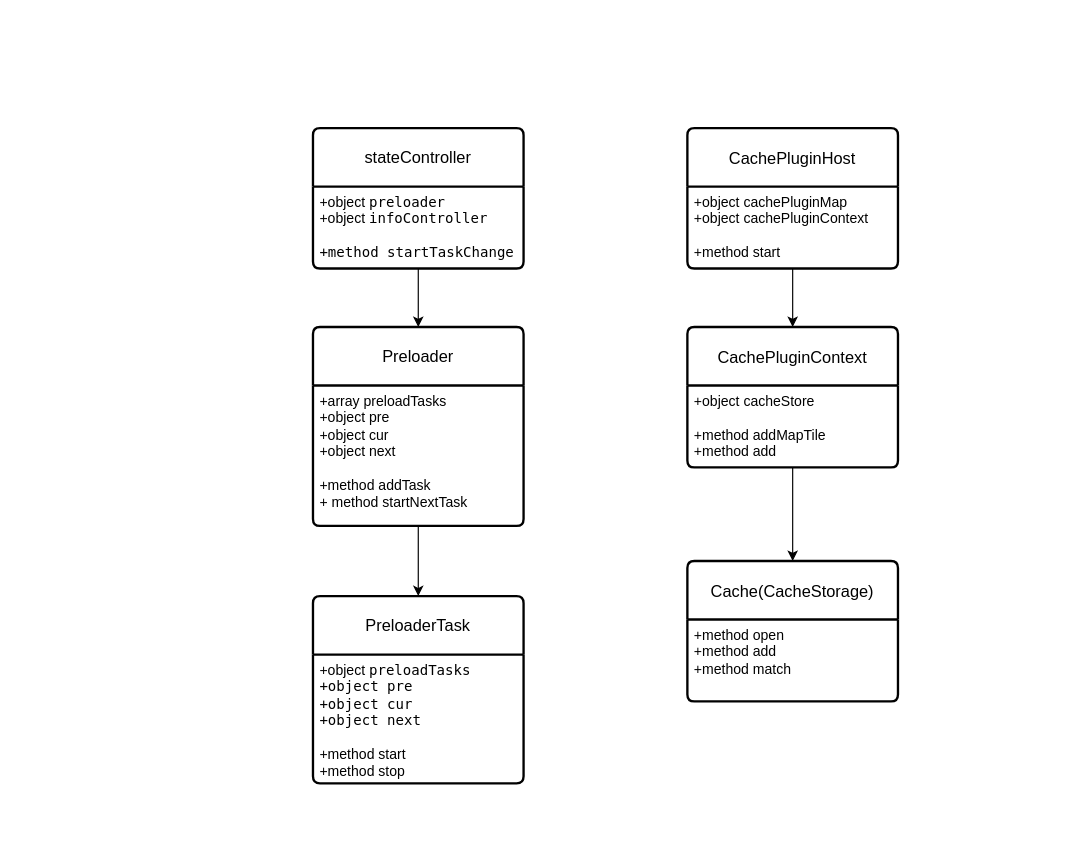
Above: 预加载梳理.drawio in chaijinsong/draw.io (draw.io), before the change. Source tidied: cells renumbered, new cells numbered last; positions are measured from the earlier drawing's top-left corner, leaving out a move shared by most shapes. Both pictures are drawn from the tidied source at 117%, with x=0, y=0 at pixel (312, 128).
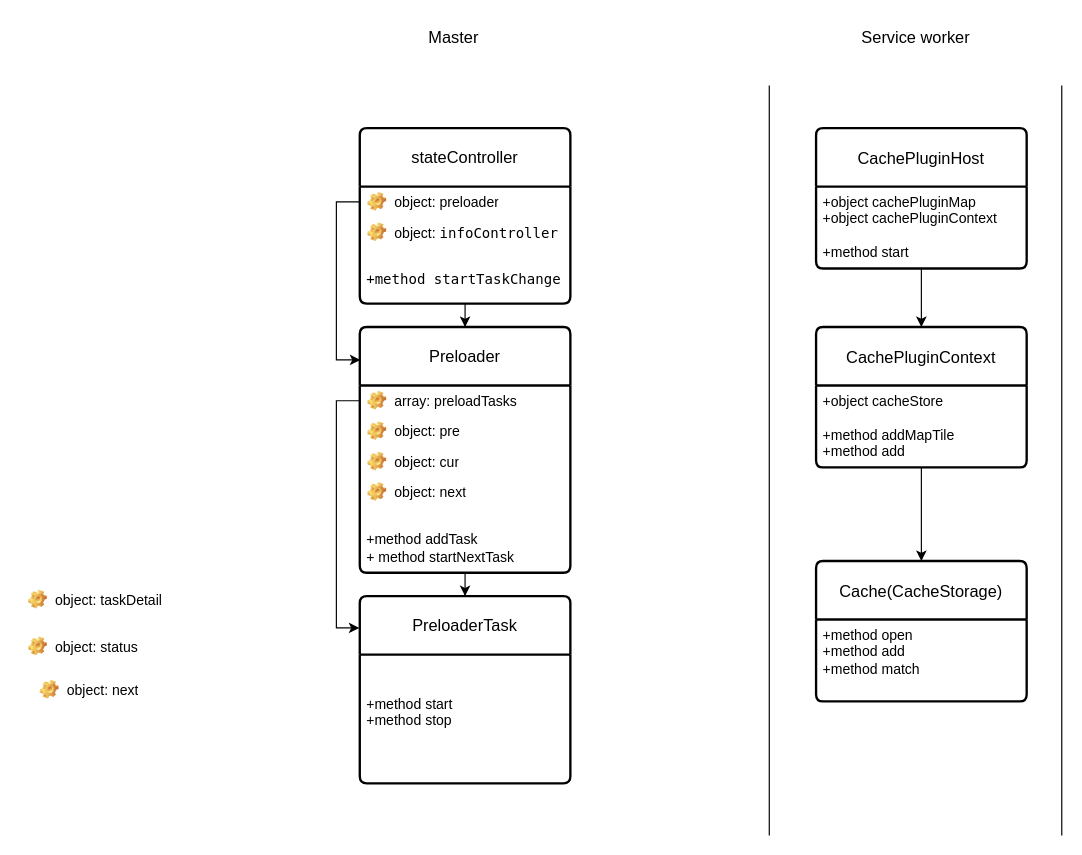
After the change.

Commit message (it also covers changes not shown here):
更新预加载梳理.drawio

What changed in the source:
```diff
@@
+    <mxCell id="18" style="shape=partialRectangle;whiteSpace=wrap;html=1;top=0;bottom=0;fillColor=none;" parent="1" vertex="1">
+      <mxGeometry x="390" y="-36" width="250" height="640" as="geometry" />
+    </mxCell>
@@
     <mxCell id="3" value="stateController" style="swimlane;horizontal=1;startSize=50;rounded=1;fontSize=14;fontStyle=0;strokeWidth=2;shadow=0;dashed=0;align=center;arcSize=4;whiteSpace=wrap;html=1;" parent="1" vertex="1">
-      <mxGeometry width="180" height="120" as="geometry" />
+      <mxGeometry x="40" width="180" height="150" as="geometry" />
     </mxCell>
+    <mxCell id="19" value="object: preloader" style="label;fontStyle=0;strokeColor=none;fillColor=none;align=left;verticalAlign=top;overflow=hidden;spacingLeft=28;spacingRight=4;points=[[0,0.5],[1,0.5]];portConstraint=eastwest;imageWidth=16;imageHeight=16;whiteSpace=wrap;html=1;image=img/clipart/Gear_128x128.png;" parent="3" vertex="1">
+      <mxGeometry y="50" width="180" height="26" as="geometry" />
+    </mxCell>
+    <mxCell id="20" value="object:&amp;nbsp;&lt;span style=&quot;font-family: &amp;quot;JetBrains Mono&amp;quot;, Menlo, Monaco, &amp;quot;Courier New&amp;quot;, monospace, Menlo, Monaco, &amp;quot;Courier New&amp;quot;, monospace; white-space: pre;&quot;&gt;infoController&lt;/span&gt;" style="label;fontStyle=0;strokeColor=none;fillColor=none;align=left;verticalAlign=top;overflow=hidden;spacingLeft=28;spacingRight=4;imageWidth=16;imageHeight=16;whiteSpace=wrap;html=1;image=img/clipart/Gear_128x128.png;" parent="3" vertex="1">
+      <mxGeometry y="76" width="180" height="26" as="geometry" />
+    </mxCell>
-    <mxCell id="4" value="+object&amp;nbsp;&lt;font face=&quot;JetBrains Mono, Menlo, Monaco, Courier New, monospace, Menlo, Monaco, Courier New, monospace&quot;&gt;&lt;span style=&quot;white-space-collapse: preserve;&quot;&gt;preloader&lt;/span&gt;&lt;/font&gt;&lt;br&gt;+object&amp;nbsp;&lt;span style=&quot;font-family: &amp;quot;JetBrains Mono&amp;quot;, Menlo, Monaco, &amp;quot;Courier New&amp;quot;, monospace, Menlo, Monaco, &amp;quot;Courier New&amp;quot;, monospace; white-space-collapse: preserve;&quot;&gt;infoController&lt;/span&gt;&lt;div&gt;&lt;span style=&quot;font-family: &amp;quot;JetBrains Mono&amp;quot;, Menlo, Monaco, &amp;quot;Courier New&amp;quot;, monospace, Menlo, Monaco, &amp;quot;Courier New&amp;quot;, monospace; white-space-collapse: preserve;&quot;&gt;&lt;br&gt;&lt;/span&gt;&lt;/div&gt;&lt;div&gt;&lt;span style=&quot;font-family: &amp;quot;JetBrains Mono&amp;quot;, Menlo, Monaco, &amp;quot;Courier New&amp;quot;, monospace, Menlo, Monaco, &amp;quot;Courier New&amp;quot;, monospace; white-space-collapse: preserve;&quot;&gt;+method startTaskChange&lt;/span&gt;&lt;/div&gt;" style="align=left;strokeColor=none;fillColor=none;spacingLeft=4;fontSize=12;verticalAlign=top;html=1;" parent="3" vertex="1">
-      <mxGeometry y="50" width="180" height="70" as="geometry" />
+    <mxCell id="4" value="&lt;div&gt;&lt;span style=&quot;font-family: &amp;quot;JetBrains Mono&amp;quot;, Menlo, Monaco, &amp;quot;Courier New&amp;quot;, monospace, Menlo, Monaco, &amp;quot;Courier New&amp;quot;, monospace; white-space-collapse: preserve; background-color: initial;&quot;&gt;&lt;br&gt;&lt;/span&gt;&lt;/div&gt;&lt;div&gt;&lt;span style=&quot;font-family: &amp;quot;JetBrains Mono&amp;quot;, Menlo, Monaco, &amp;quot;Courier New&amp;quot;, monospace, Menlo, Monaco, &amp;quot;Courier New&amp;quot;, monospace; white-space-collapse: preserve; background-color: initial;&quot;&gt;+method startTaskChange&lt;/span&gt;&lt;br&gt;&lt;/div&gt;" style="align=left;strokeColor=none;fillColor=none;spacingLeft=4;fontSize=12;verticalAlign=top;html=1;" parent="3" vertex="1">
+      <mxGeometry y="102" width="180" height="48" as="geometry" />
     </mxCell>
@@
     <mxCell id="6" value="Preloader" style="swimlane;horizontal=1;startSize=50;rounded=1;fontSize=14;fontStyle=0;strokeWidth=2;shadow=0;dashed=0;align=center;arcSize=4;whiteSpace=wrap;html=1;" parent="1" vertex="1">
-      <mxGeometry y="170" width="180" height="170" as="geometry" />
+      <mxGeometry x="40" y="170" width="180" height="210" as="geometry" />
     </mxCell>
+    <mxCell id="21" value="&lt;span style=&quot;text-wrap: nowrap;&quot;&gt;array:&amp;nbsp;&lt;/span&gt;&lt;span style=&quot;white-space: pre;&quot;&gt;preloadTasks&lt;/span&gt;" style="label;fontStyle=0;strokeColor=none;fillColor=none;align=left;verticalAlign=top;overflow=hidden;spacingLeft=28;spacingRight=4;points=[[0,0.5],[1,0.5]];portConstraint=eastwest;imageWidth=16;imageHeight=16;whiteSpace=wrap;html=1;image=img/clipart/Gear_128x128.png;" parent="6" vertex="1">
+      <mxGeometry y="50" width="180" height="26" as="geometry" />
+    </mxCell>
+    <mxCell id="22" value="&lt;span style=&quot;white-space: pre;&quot;&gt;object: pre&lt;/span&gt;" style="label;fontStyle=0;strokeColor=none;fillColor=none;align=left;verticalAlign=top;overflow=hidden;spacingLeft=28;spacingRight=4;imageWidth=16;imageHeight=16;whiteSpace=wrap;html=1;image=img/clipart/Gear_128x128.png;" parent="6" vertex="1">
+      <mxGeometry y="76" width="180" height="26" as="geometry" />
+    </mxCell>
+    <mxCell id="23" value="&lt;span style=&quot;white-space: pre;&quot;&gt;object: cur&lt;/span&gt;" style="label;fontStyle=0;strokeColor=none;fillColor=none;align=left;verticalAlign=top;overflow=hidden;spacingLeft=28;spacingRight=4;imageWidth=16;imageHeight=16;whiteSpace=wrap;html=1;image=img/clipart/Gear_128x128.png;" parent="6" vertex="1">
+      <mxGeometry y="102" width="180" height="26" as="geometry" />
+    </mxCell>
+    <mxCell id="24" value="&lt;span style=&quot;white-space: pre;&quot;&gt;object: next&lt;/span&gt;" style="label;fontStyle=0;strokeColor=none;fillColor=none;align=left;verticalAlign=top;overflow=hidden;spacingLeft=28;spacingRight=4;imageWidth=16;imageHeight=16;whiteSpace=wrap;html=1;image=img/clipart/Gear_128x128.png;" parent="6" vertex="1">
+      <mxGeometry y="128" width="180" height="26" as="geometry" />
+    </mxCell>
-    <mxCell id="7" value="+array&amp;nbsp;&lt;span style=&quot;white-space-collapse: preserve;&quot;&gt;preloadTasks&lt;/span&gt;&lt;div&gt;&lt;span style=&quot;white-space-collapse: preserve;&quot;&gt;+object pre&lt;/span&gt;&lt;/div&gt;&lt;div&gt;&lt;span style=&quot;white-space-collapse: preserve;&quot;&gt;+object cur&lt;/span&gt;&lt;/div&gt;&lt;div&gt;&lt;span style=&quot;white-space-collapse: preserve;&quot;&gt;+object next&lt;/span&gt;&lt;/div&gt;&lt;div&gt;&lt;br&gt;&lt;/div&gt;&lt;div&gt;+method addTask&lt;/div&gt;&lt;div&gt;+ method startNextTask&lt;/div&gt;" style="align=left;strokeColor=none;fillColor=none;spacingLeft=4;fontSize=12;verticalAlign=top;html=1;" parent="6" vertex="1">
-      <mxGeometry y="50" width="180" height="120" as="geometry" />
+    <mxCell id="7" value="&lt;div&gt;&lt;br&gt;&lt;/div&gt;&lt;div&gt;+method addTask&lt;/div&gt;&lt;div&gt;+ method startNextTask&lt;/div&gt;" style="align=left;strokeColor=none;fillColor=none;spacingLeft=4;fontSize=12;verticalAlign=top;html=1;" parent="6" vertex="1">
+      <mxGeometry y="154" width="180" height="56" as="geometry" />
     </mxCell>
     <mxCell id="8" value="PreloaderTask" style="swimlane;horizontal=1;startSize=50;rounded=1;fontSize=14;fontStyle=0;strokeWidth=2;shadow=0;dashed=0;align=center;arcSize=4;whiteSpace=wrap;html=1;" parent="1" vertex="1">
-      <mxGeometry y="400" width="180" height="160" as="geometry" />
+      <mxGeometry x="40" y="400" width="180" height="160" as="geometry" />
     </mxCell>
-    <mxCell id="9" value="+object&amp;nbsp;&lt;span style=&quot;font-family: &amp;quot;JetBrains Mono&amp;quot;, Menlo, Monaco, &amp;quot;Courier New&amp;quot;, monospace, Menlo, Monaco, &amp;quot;Courier New&amp;quot;, monospace; white-space-collapse: preserve;&quot;&gt;preloadTasks&lt;/span&gt;&lt;div&gt;&lt;font face=&quot;JetBrains Mono, Menlo, Monaco, Courier New, monospace, Menlo, Monaco, Courier New, monospace&quot;&gt;&lt;span style=&quot;white-space-collapse: preserve;&quot;&gt;+object &lt;/span&gt;&lt;/font&gt;&lt;span style=&quot;font-family: &amp;quot;JetBrains Mono&amp;quot;, Menlo, Monaco, &amp;quot;Courier New&amp;quot;, monospace, Menlo, Monaco, &amp;quot;Courier New&amp;quot;, monospace; white-space-collapse: preserve;&quot;&gt;pre&lt;/span&gt;&lt;/div&gt;&lt;div&gt;&lt;span style=&quot;font-family: &amp;quot;JetBrains Mono&amp;quot;, Menlo, Monaco, &amp;quot;Courier New&amp;quot;, monospace, Menlo, Monaco, &amp;quot;Courier New&amp;quot;, monospace; white-space-collapse: preserve;&quot;&gt;+object cur&lt;/span&gt;&lt;/div&gt;&lt;div&gt;&lt;span style=&quot;font-family: &amp;quot;JetBrains Mono&amp;quot;, Menlo, Monaco, &amp;quot;Courier New&amp;quot;, monospace, Menlo, Monaco, &amp;quot;Courier New&amp;quot;, monospace; white-space-collapse: preserve;&quot;&gt;+object next&lt;/span&gt;&lt;/div&gt;&lt;div&gt;&lt;br&gt;&lt;/div&gt;&lt;div&gt;+method start&lt;/div&gt;&lt;div&gt;+method stop&lt;/div&gt;" style="align=left;strokeColor=none;fillColor=none;spacingLeft=4;fontSize=12;verticalAlign=top;html=1;" parent="8" vertex="1">
+    <mxCell id="9" value="&lt;br&gt;&lt;div&gt;&lt;br&gt;&lt;/div&gt;&lt;div&gt;+method start&lt;/div&gt;&lt;div&gt;+method stop&lt;/div&gt;" style="align=left;strokeColor=none;fillColor=none;spacingLeft=4;fontSize=12;verticalAlign=top;html=1;" parent="8" vertex="1">
       <mxGeometry y="50" width="180" height="110" as="geometry" />
     </mxCell>
@@
     <mxCell id="11" value="&lt;div style=&quot;line-height: 18px; white-space: pre;&quot;&gt;&lt;font face=&quot;Helvetica&quot; style=&quot;background-color: rgb(255, 255, 255); font-size: 14px;&quot;&gt;CachePluginHost&lt;/font&gt;&lt;/div&gt;" style="swimlane;horizontal=1;startSize=50;rounded=1;fontSize=14;fontStyle=0;strokeWidth=2;shadow=0;dashed=0;align=center;arcSize=4;whiteSpace=wrap;html=1;" parent="1" vertex="1">
-      <mxGeometry x="320" width="180" height="120" as="geometry" />
+      <mxGeometry x="430" width="180" height="120" as="geometry" />
     </mxCell>
@@
     <mxCell id="14" value="&lt;div style=&quot;line-height: 18px; white-space: pre;&quot;&gt;&lt;font face=&quot;Helvetica&quot; style=&quot;background-color: rgb(255, 255, 255); font-size: 14px;&quot;&gt;CachePluginContext&lt;/font&gt;&lt;/div&gt;" style="swimlane;horizontal=1;startSize=50;rounded=1;fontSize=14;fontStyle=0;strokeWidth=2;shadow=0;dashed=0;align=center;arcSize=4;whiteSpace=wrap;html=1;" parent="1" vertex="1">
-      <mxGeometry x="320" y="170" width="180" height="120" as="geometry" />
+      <mxGeometry x="430" y="170" width="180" height="120" as="geometry" />
     </mxCell>
@@
     <mxCell id="16" value="&lt;div style=&quot;line-height: 18px; white-space: pre;&quot;&gt;&lt;font face=&quot;Helvetica&quot; style=&quot;background-color: rgb(255, 255, 255); font-size: 14px;&quot;&gt;Cache(CacheStorage)&lt;/font&gt;&lt;/div&gt;" style="swimlane;horizontal=1;startSize=50;rounded=1;fontSize=14;fontStyle=0;strokeWidth=2;shadow=0;dashed=0;align=center;arcSize=4;whiteSpace=wrap;html=1;" parent="1" vertex="1">
-      <mxGeometry x="320" y="370" width="180" height="120" as="geometry" />
+      <mxGeometry x="430" y="370" width="180" height="120" as="geometry" />
     </mxCell>
@@
+    <mxCell id="25" value="&lt;font style=&quot;font-size: 14px;&quot;&gt;Master&lt;/font&gt;" style="text;html=1;align=center;verticalAlign=middle;strokeColor=none;fillColor=none;" parent="1" vertex="1">
+      <mxGeometry x="85" y="-92" width="70" height="30" as="geometry" />
+    </mxCell>
+    <mxCell id="26" value="&lt;font style=&quot;font-size: 14px;&quot;&gt;Service worker&lt;/font&gt;" style="text;html=1;align=center;verticalAlign=middle;strokeColor=none;fillColor=none;" parent="1" vertex="1">
+      <mxGeometry x="455" y="-92" width="120" height="30" as="geometry" />
+    </mxCell>
+    <mxCell id="27" style="edgeStyle=orthogonalEdgeStyle;rounded=0;jettySize=auto;html=1;entryX=-0.002;entryY=0.17;entryDx=0;entryDy=0;entryPerimeter=0;" parent="1" edge="1" source="21" target="8">
+      <mxGeometry relative="1" as="geometry" />
+    </mxCell>
+    <mxCell id="28" style="edgeStyle=orthogonalEdgeStyle;rounded=0;jettySize=auto;html=1;entryX=0.003;entryY=0.134;entryDx=0;entryDy=0;entryPerimeter=0;" parent="1" edge="1" source="19" target="6">
+      <mxGeometry relative="1" as="geometry" />
+    </mxCell>
+    <mxCell id="29" value="&lt;span style=&quot;white-space: pre;&quot;&gt;object: taskDetail&lt;/span&gt;" style="label;fontStyle=0;strokeColor=none;fillColor=none;align=left;verticalAlign=top;overflow=hidden;spacingLeft=28;spacingRight=4;imageWidth=16;imageHeight=16;whiteSpace=wrap;html=1;image=img/clipart/Gear_128x128.png;" parent="1" vertex="1">
+      <mxGeometry x="-250" y="390" width="180" height="26" as="geometry" />
+    </mxCell>
+    <mxCell id="30" value="&lt;span style=&quot;white-space: pre;&quot;&gt;object: status&lt;/span&gt;" style="label;fontStyle=0;strokeColor=none;fillColor=none;align=left;verticalAlign=top;overflow=hidden;spacingLeft=28;spacingRight=4;imageWidth=16;imageHeight=16;whiteSpace=wrap;html=1;image=img/clipart/Gear_128x128.png;" parent="1" vertex="1">
+      <mxGeometry x="-250" y="430" width="180" height="26" as="geometry" />
+    </mxCell>
+    <mxCell id="31" value="&lt;span style=&quot;white-space: pre;&quot;&gt;object: next&lt;/span&gt;" style="label;fontStyle=0;strokeColor=none;fillColor=none;align=left;verticalAlign=top;overflow=hidden;spacingLeft=28;spacingRight=4;imageWidth=16;imageHeight=16;whiteSpace=wrap;html=1;image=img/clipart/Gear_128x128.png;" parent="1" vertex="1">
+      <mxGeometry x="-240" y="467" width="180" height="26" as="geometry" />
+    </mxCell>
```
